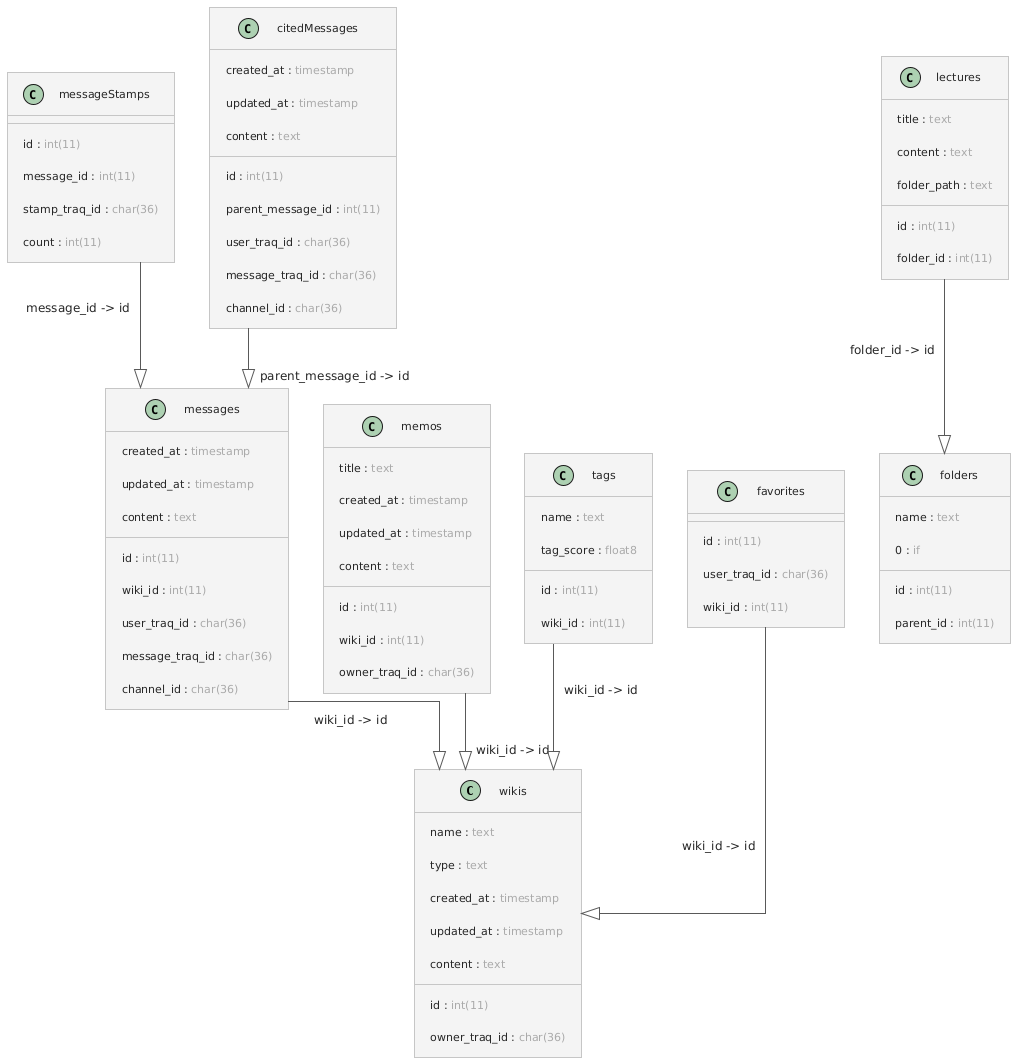
The PlantUML diagram docs/dbschema.png in traP-jp/quickwiki-backend, before a commit.
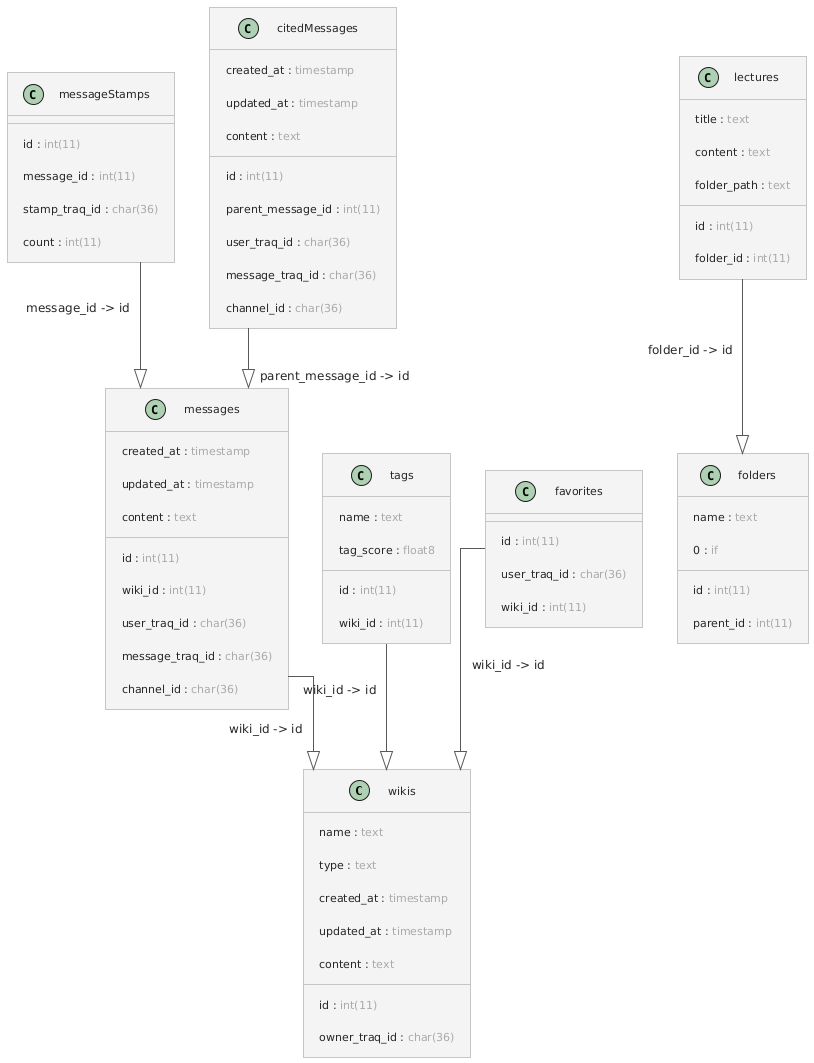
The same diagram one commit later.

The edit, as a diff of the source:
```diff
@@ -38,15 +38,6 @@
   channel_id : <color:#aaaaaa>char(36)</color>
   content : <color:#aaaaaa>text</color>
 }
-class memos {
-  id : <color:#aaaaaa>int(11)</color>
-  wiki_id : <color:#aaaaaa>int(11)</color>
-  title : <color:#aaaaaa>text</color>
-  created_at : <color:#aaaaaa>timestamp</color>
-  updated_at : <color:#aaaaaa>timestamp</color>
-  owner_traq_id : <color:#aaaaaa>char(36)</color>
-  content : <color:#aaaaaa>text</color>
-}
 class tags {
   id : <color:#aaaaaa>int(11)</color>
   wiki_id : <color:#aaaaaa>int(11)</color>
@@ -74,7 +65,6 @@
 messages -[#595959,plain]-^ wikis : wiki_id -> id
 messageStamps -[#595959,plain]-^ messages : message_id -> id
 citedMessages -[#595959,plain]-^ messages : parent_message_id -> id
-memos -[#595959,plain]-^ wikis : wiki_id -> id
 tags -[#595959,plain]-^ wikis : wiki_id -> id
 lectures -[#595959,plain]-^ folders : folder_id -> id
 favorites -[#595959,plain]-^ wikis : wiki_id -> id
```
